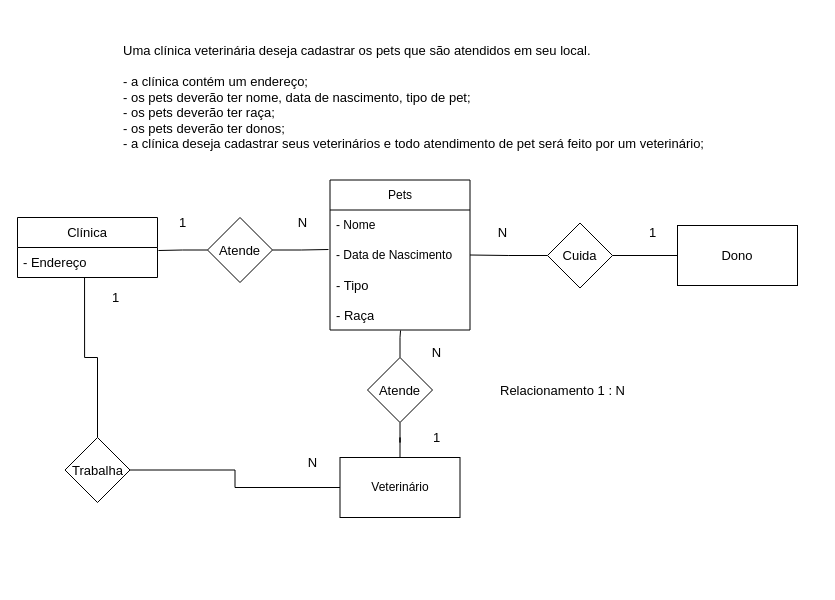
This is Exercios-MER/1.3-pclinics/1.3-exercicio-pclinics.drawio from MarceloAC04/Banco-de-dados, a draw.io file, before an edit. Source tidied: cells renumbered, new cells numbered last; positions are measured from the earlier drawing's top-left corner, leaving out a move shared by most shapes. Both pictures are drawn from the tidied source at 100%, with x=0, y=0 at pixel (17, 37).
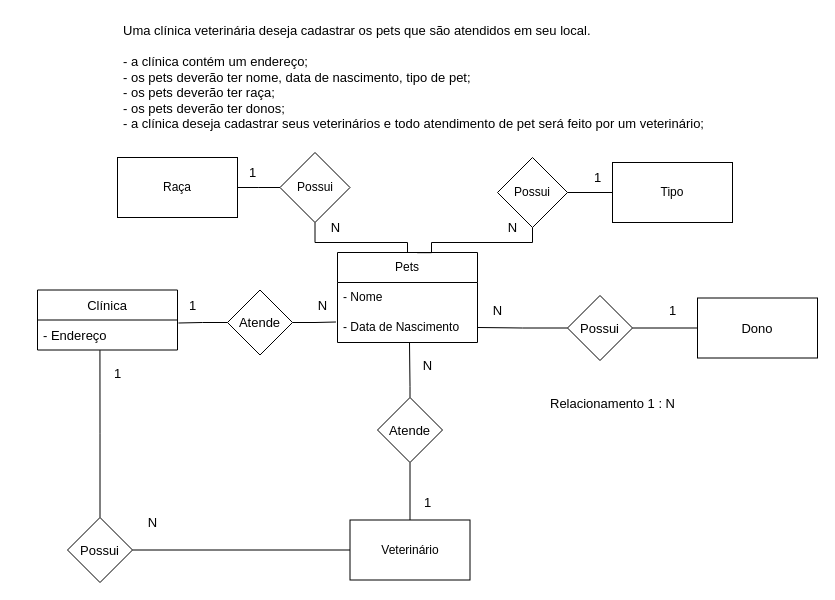
The same page after the edit.

The change refers to these unchanged cells:
```xml
<mxCell id="4" value="&lt;font style=&quot;font-size: 13px;&quot;&gt;- Endereço&lt;/font&gt;" style="text;strokeColor=none;fillColor=none;align=left;verticalAlign=middle;spacingLeft=4;spacingRight=4;overflow=hidden;points=[[0,0.5],[1,0.5]];portConstraint=eastwest;whiteSpace=wrap;html=1;" parent="3" vertex="1">
  <mxGeometry y="30" width="140" height="30" as="geometry" />
</mxCell>
<mxCell id="7" value="- Data de Nascimento" style="text;strokeColor=none;fillColor=none;align=left;verticalAlign=middle;spacingLeft=4;spacingRight=4;overflow=hidden;points=[[0,0.5],[1,0.5]];portConstraint=eastwest;whiteSpace=wrap;html=1;" parent="5" vertex="1">
  <mxGeometry y="60" width="140" height="30" as="geometry" />
</mxCell>
```

Change to the diagram source:
```diff
@@
     <mxCell id="2" value="&lt;div style=&quot;font-size: 13px;&quot;&gt;&lt;font style=&quot;font-size: 13px;&quot;&gt;Uma clínica veterinária deseja cadastrar os pets que são atendidos em seu local.&lt;/font&gt;&lt;/div&gt;&lt;div style=&quot;font-size: 13px;&quot;&gt;&lt;font style=&quot;font-size: 13px;&quot;&gt;&lt;br&gt;&lt;/font&gt;&lt;/div&gt;&lt;div style=&quot;font-size: 13px;&quot;&gt;&lt;font style=&quot;font-size: 13px;&quot;&gt;- a clínica contém um endereço;&lt;/font&gt;&lt;/div&gt;&lt;div style=&quot;font-size: 13px;&quot;&gt;&lt;font style=&quot;font-size: 13px;&quot;&gt;- os pets deverão ter nome, data de nascimento, tipo de pet;&lt;/font&gt;&lt;/div&gt;&lt;div style=&quot;font-size: 13px;&quot;&gt;&lt;font style=&quot;font-size: 13px;&quot;&gt;- os pets deverão ter raça;&lt;/font&gt;&lt;/div&gt;&lt;div style=&quot;font-size: 13px;&quot;&gt;&lt;font style=&quot;font-size: 13px;&quot;&gt;- os pets deverão ter donos;&lt;/font&gt;&lt;/div&gt;&lt;div style=&quot;font-size: 13px;&quot;&gt;&lt;font style=&quot;font-size: 13px;&quot;&gt;- a clínica deseja cadastrar seus veterinários e todo atendimento de pet será feito por um veterinário;&lt;/font&gt;&lt;/div&gt;" style="text;html=1;align=left;verticalAlign=middle;strokeColor=none;fillColor=none;" parent="1" vertex="1">
-      <mxGeometry x="104" width="600" height="120" as="geometry" />
+      <mxGeometry x="104" y="-20" width="600" height="120" as="geometry" />
     </mxCell>
     <mxCell id="3" value="&lt;font style=&quot;font-size: 13px;&quot;&gt;&lt;font style=&quot;font-size: 13px;&quot;&gt;C&lt;/font&gt;línica&lt;/font&gt;" style="swimlane;fontStyle=0;horizontal=1;startSize=30;whiteSpace=wrap;html=1;" parent="1" vertex="1">
-      <mxGeometry y="180" width="140" height="60" as="geometry" />
+      <mxGeometry x="20" y="252.5" width="140" height="60" as="geometry" />
     </mxCell>
@@
+    <mxCell id="33" style="edgeStyle=orthogonalEdgeStyle;rounded=0;jettySize=auto;html=1;entryX=0.5;entryY=1;entryDx=0;entryDy=0;endArrow=none;endFill=0;exitX=0.5;exitY=0;exitDx=0;exitDy=0;" parent="1" edge="1" source="5">
+      <mxGeometry relative="1" as="geometry">
+        <mxPoint x="297.5" y="185" as="targetPoint" />
+        <Array as="points">
+          <mxPoint x="390" y="205" />
+          <mxPoint x="298" y="205" />
+        </Array>
+      </mxGeometry>
+    </mxCell>
     <mxCell id="5" value="Pets" style="swimlane;fontStyle=0;horizontal=1;startSize=30;whiteSpace=wrap;html=1;" parent="1" vertex="1">
-      <mxGeometry x="312.5" y="142.5" width="140" height="150" as="geometry" />
+      <mxGeometry x="320" y="215" width="140" height="90" as="geometry" />
     </mxCell>
@@
-    <mxCell id="8" value="&lt;font style=&quot;font-size: 13px;&quot;&gt;- Tipo&lt;/font&gt;" style="text;strokeColor=none;fillColor=none;align=left;verticalAlign=middle;spacingLeft=4;spacingRight=4;overflow=hidden;whiteSpace=wrap;html=1;" parent="5" vertex="1">
-      <mxGeometry y="90" width="140" height="30" as="geometry" />
-    </mxCell>
-    <mxCell id="9" value="&lt;font style=&quot;font-size: 13px;&quot;&gt;- Raça&lt;/font&gt;" style="text;strokeColor=none;fillColor=none;align=left;verticalAlign=middle;spacingLeft=4;spacingRight=4;overflow=hidden;points=[[0,0.5],[1,0.5]];portConstraint=eastwest;whiteSpace=wrap;html=1;" parent="5" vertex="1">
-      <mxGeometry y="120" width="140" height="30" as="geometry" />
-    </mxCell>
+    <mxCell id="34" style="edgeStyle=orthogonalEdgeStyle;rounded=0;jettySize=auto;html=1;entryX=1;entryY=0.5;entryDx=0;entryDy=0;endArrow=none;endFill=0;" parent="1" edge="1" source="10" target="19">
+      <mxGeometry relative="1" as="geometry" />
+    </mxCell>
     <mxCell id="10" value="Veterinário" style="rounded=0;whiteSpace=wrap;html=1;" parent="1" vertex="1">
-      <mxGeometry x="322.5" y="420" width="120" height="60" as="geometry" />
+      <mxGeometry x="332.5" y="482.5" width="120" height="60" as="geometry" />
     </mxCell>
@@
     <mxCell id="13" value="&lt;font style=&quot;font-size: 13px;&quot;&gt;Atende&lt;/font&gt;" style="rhombus;whiteSpace=wrap;html=1;" parent="1" vertex="1">
-      <mxGeometry x="190" y="180" width="65" height="65" as="geometry" />
+      <mxGeometry x="210" y="252.5" width="65" height="65" as="geometry" />
     </mxCell>
-    <mxCell id="14" style="edgeStyle=orthogonalEdgeStyle;rounded=0;jettySize=auto;html=1;entryX=0.504;entryY=1.017;entryDx=0;entryDy=0;entryPerimeter=0;endArrow=none;endFill=0;" parent="1" edge="1" source="16" target="9">
-      <mxGeometry relative="1" as="geometry" />
-    </mxCell>
@@
+    <mxCell id="35" style="edgeStyle=orthogonalEdgeStyle;rounded=0;jettySize=auto;html=1;entryX=0.411;entryY=1;entryDx=0;entryDy=0;entryPerimeter=0;endArrow=none;endFill=0;" parent="1" edge="1" source="16" target="7">
+      <mxGeometry relative="1" as="geometry">
+        <Array as="points">
+          <mxPoint x="393" y="349" />
+          <mxPoint x="392" y="349" />
+        </Array>
+      </mxGeometry>
+    </mxCell>
     <mxCell id="16" value="&lt;font style=&quot;font-size: 13px;&quot;&gt;Atende&lt;/font&gt;" style="rhombus;whiteSpace=wrap;html=1;" parent="1" vertex="1">
-      <mxGeometry x="350" y="320" width="65" height="65" as="geometry" />
+      <mxGeometry x="360" y="360" width="65" height="65" as="geometry" />
     </mxCell>
-    <mxCell id="17" style="edgeStyle=orthogonalEdgeStyle;rounded=0;jettySize=auto;html=1;entryX=0.479;entryY=1;entryDx=0;entryDy=0;entryPerimeter=0;endArrow=none;endFill=0;" parent="1" edge="1" source="19" target="4">
+    <mxCell id="17" style="edgeStyle=orthogonalEdgeStyle;rounded=0;jettySize=auto;html=1;entryX=0.446;entryY=1.007;entryDx=0;entryDy=0;entryPerimeter=0;endArrow=none;endFill=0;" parent="1" edge="1" source="19" target="4">
       <mxGeometry relative="1" as="geometry" />
     </mxCell>
-    <mxCell id="18" style="edgeStyle=orthogonalEdgeStyle;rounded=0;jettySize=auto;html=1;endArrow=none;endFill=0;" parent="1" edge="1" source="19" target="10">
-      <mxGeometry relative="1" as="geometry" />
-    </mxCell>
-    <mxCell id="19" value="&lt;span style=&quot;font-size: 13px;&quot;&gt;Trabalha&lt;/span&gt;" style="rhombus;whiteSpace=wrap;html=1;" parent="1" vertex="1">
-      <mxGeometry x="47.5" y="400" width="65" height="65" as="geometry" />
+    <mxCell id="19" value="&lt;span style=&quot;font-size: 13px;&quot;&gt;Possui&lt;/span&gt;" style="rhombus;whiteSpace=wrap;html=1;" parent="1" vertex="1">
+      <mxGeometry x="50" y="480" width="65" height="65" as="geometry" />
     </mxCell>
     <mxCell id="20" value="&lt;font style=&quot;font-size: 13px;&quot;&gt;Dono&lt;/font&gt;" style="rounded=0;whiteSpace=wrap;html=1;" parent="1" vertex="1">
-      <mxGeometry x="660" y="188" width="120" height="60" as="geometry" />
+      <mxGeometry x="680" y="260.5" width="120" height="60" as="geometry" />
     </mxCell>
@@
-    <mxCell id="23" value="&lt;span style=&quot;font-size: 13px;&quot;&gt;Cuida&lt;/span&gt;" style="rhombus;whiteSpace=wrap;html=1;" parent="1" vertex="1">
-      <mxGeometry x="530" y="185.5" width="65" height="65" as="geometry" />
+    <mxCell id="23" value="&lt;span style=&quot;font-size: 13px;&quot;&gt;Possui&lt;/span&gt;" style="rhombus;whiteSpace=wrap;html=1;" parent="1" vertex="1">
+      <mxGeometry x="550" y="258" width="65" height="65" as="geometry" />
     </mxCell>
     <mxCell id="24" value="&lt;font style=&quot;font-size: 13px;&quot;&gt;1&lt;/font&gt;" style="text;html=1;align=center;verticalAlign=middle;strokeColor=none;fillColor=none;" parent="1" vertex="1">
-      <mxGeometry x="150" y="170" width="30" height="30" as="geometry" />
+      <mxGeometry x="160" y="252.5" width="30" height="30" as="geometry" />
     </mxCell>
     <mxCell id="25" value="&lt;span style=&quot;font-size: 13px;&quot;&gt;N&lt;/span&gt;" style="text;html=1;align=center;verticalAlign=middle;strokeColor=none;fillColor=none;" parent="1" vertex="1">
-      <mxGeometry x="270" y="170" width="30" height="30" as="geometry" />
+      <mxGeometry x="290" y="252.5" width="30" height="30" as="geometry" />
     </mxCell>
     <mxCell id="26" value="&lt;span style=&quot;font-size: 13px;&quot;&gt;N&lt;/span&gt;" style="text;html=1;align=center;verticalAlign=middle;strokeColor=none;fillColor=none;" parent="1" vertex="1">
-      <mxGeometry x="470" y="180" width="30" height="30" as="geometry" />
+      <mxGeometry x="465" y="258" width="30" height="30" as="geometry" />
     </mxCell>
     <mxCell id="27" value="&lt;span style=&quot;font-size: 13px;&quot;&gt;1&lt;/span&gt;" style="text;html=1;align=center;verticalAlign=middle;strokeColor=none;fillColor=none;" parent="1" vertex="1">
-      <mxGeometry x="620" y="180" width="30" height="30" as="geometry" />
+      <mxGeometry x="640" y="258" width="30" height="30" as="geometry" />
     </mxCell>
     <mxCell id="28" value="&lt;span style=&quot;font-size: 13px;&quot;&gt;1&lt;/span&gt;" style="text;html=1;align=center;verticalAlign=middle;strokeColor=none;fillColor=none;" parent="1" vertex="1">
-      <mxGeometry x="82.5" y="245" width="30" height="30" as="geometry" />
+      <mxGeometry x="85" y="320.5" width="30" height="30" as="geometry" />
     </mxCell>
     <mxCell id="29" value="&lt;span style=&quot;font-size: 13px;&quot;&gt;1&lt;/span&gt;" style="text;html=1;align=center;verticalAlign=middle;strokeColor=none;fillColor=none;" parent="1" vertex="1">
-      <mxGeometry x="404" y="385" width="30" height="30" as="geometry" />
+      <mxGeometry x="395" y="450" width="30" height="30" as="geometry" />
     </mxCell>
     <mxCell id="30" value="&lt;span style=&quot;font-size: 13px;&quot;&gt;N&lt;/span&gt;" style="text;html=1;align=center;verticalAlign=middle;strokeColor=none;fillColor=none;" parent="1" vertex="1">
-      <mxGeometry x="404" y="300" width="30" height="30" as="geometry" />
+      <mxGeometry x="395" y="312.5" width="30" height="30" as="geometry" />
     </mxCell>
     <mxCell id="31" value="&lt;span style=&quot;font-size: 13px;&quot;&gt;N&lt;/span&gt;" style="text;html=1;align=center;verticalAlign=middle;strokeColor=none;fillColor=none;" parent="1" vertex="1">
-      <mxGeometry x="280" y="410" width="30" height="30" as="geometry" />
+      <mxGeometry x="120" y="470" width="30" height="30" as="geometry" />
     </mxCell>
     <mxCell id="32" value="&lt;span style=&quot;font-size: 13px;&quot;&gt;Relacionamento 1 : N&lt;/span&gt;" style="text;html=1;align=center;verticalAlign=middle;strokeColor=none;fillColor=none;" parent="1" vertex="1">
-      <mxGeometry x="470" y="337.5" width="150" height="30" as="geometry" />
+      <mxGeometry x="520" y="350.5" width="150" height="30" as="geometry" />
     </mxCell>
+    <mxCell id="36" style="edgeStyle=orthogonalEdgeStyle;rounded=0;jettySize=auto;html=1;entryX=0;entryY=0.5;entryDx=0;entryDy=0;endArrow=none;endFill=0;" parent="1" edge="1" source="37">
+      <mxGeometry relative="1" as="geometry">
+        <mxPoint x="262.5" y="150" as="targetPoint" />
+      </mxGeometry>
+    </mxCell>
+    <mxCell id="37" value="Raça" style="rounded=0;whiteSpace=wrap;html=1;" parent="1" vertex="1">
+      <mxGeometry x="100" y="120" width="120" height="60" as="geometry" />
+    </mxCell>
+    <mxCell id="38" value="Possui" style="rhombus;whiteSpace=wrap;html=1;" parent="1" vertex="1">
+      <mxGeometry x="262.5" y="115" width="70" height="70" as="geometry" />
+    </mxCell>
+    <mxCell id="39" value="&lt;span style=&quot;font-size: 13px;&quot;&gt;1&lt;/span&gt;" style="text;html=1;align=center;verticalAlign=middle;strokeColor=none;fillColor=none;" parent="1" vertex="1">
+      <mxGeometry x="220" y="120" width="30" height="30" as="geometry" />
+    </mxCell>
+    <mxCell id="40" value="&lt;span style=&quot;font-size: 13px;&quot;&gt;N&lt;/span&gt;" style="text;html=1;align=center;verticalAlign=middle;strokeColor=none;fillColor=none;" parent="1" vertex="1">
+      <mxGeometry x="302.5" y="175" width="30" height="30" as="geometry" />
+    </mxCell>
+    <mxCell id="41" value="Tipo" style="rounded=0;whiteSpace=wrap;html=1;" parent="1" vertex="1">
+      <mxGeometry x="595" y="125" width="120" height="60" as="geometry" />
+    </mxCell>
+    <mxCell id="42" style="edgeStyle=orthogonalEdgeStyle;rounded=0;jettySize=auto;html=1;entryX=0.569;entryY=0.002;entryDx=0;entryDy=0;entryPerimeter=0;exitX=0.5;exitY=1;exitDx=0;exitDy=0;endArrow=none;endFill=0;" parent="1" edge="1" source="44" target="5">
+      <mxGeometry relative="1" as="geometry">
+        <Array as="points">
+          <mxPoint x="515" y="205" />
+          <mxPoint x="414" y="205" />
+        </Array>
+      </mxGeometry>
+    </mxCell>
+    <mxCell id="43" style="edgeStyle=orthogonalEdgeStyle;rounded=0;jettySize=auto;html=1;entryX=0;entryY=0.5;entryDx=0;entryDy=0;endArrow=none;endFill=0;" parent="1" edge="1" source="44" target="41">
+      <mxGeometry relative="1" as="geometry" />
+    </mxCell>
+    <mxCell id="44" value="Possui" style="rhombus;whiteSpace=wrap;html=1;" parent="1" vertex="1">
+      <mxGeometry x="480" y="120" width="70" height="70" as="geometry" />
+    </mxCell>
+    <mxCell id="45" value="&lt;span style=&quot;font-size: 13px;&quot;&gt;1&lt;/span&gt;" style="text;html=1;align=center;verticalAlign=middle;strokeColor=none;fillColor=none;" parent="1" vertex="1">
+      <mxGeometry x="565" y="125" width="30" height="30" as="geometry" />
+    </mxCell>
+    <mxCell id="46" value="&lt;span style=&quot;font-size: 13px;&quot;&gt;N&lt;/span&gt;" style="text;html=1;align=center;verticalAlign=middle;strokeColor=none;fillColor=none;" parent="1" vertex="1">
+      <mxGeometry x="480" y="175" width="30" height="30" as="geometry" />
+    </mxCell>
```
